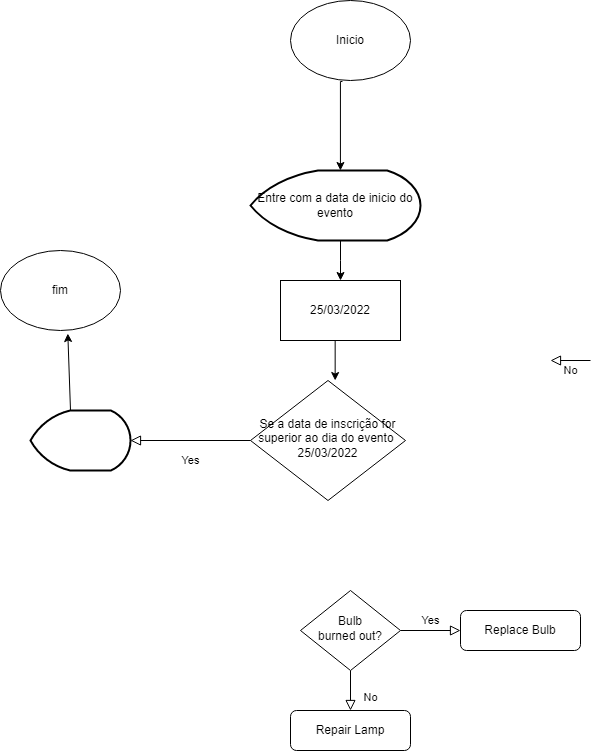
This is Untitled Diagram.drawio.png from EvertonMDS/Fluxograma, a draw.io export, as it was before one commit. Source tidied: cells renumbered, new cells last; positions are measured from the earlier drawing's top-left corner, leaving out a move shared by most shapes.
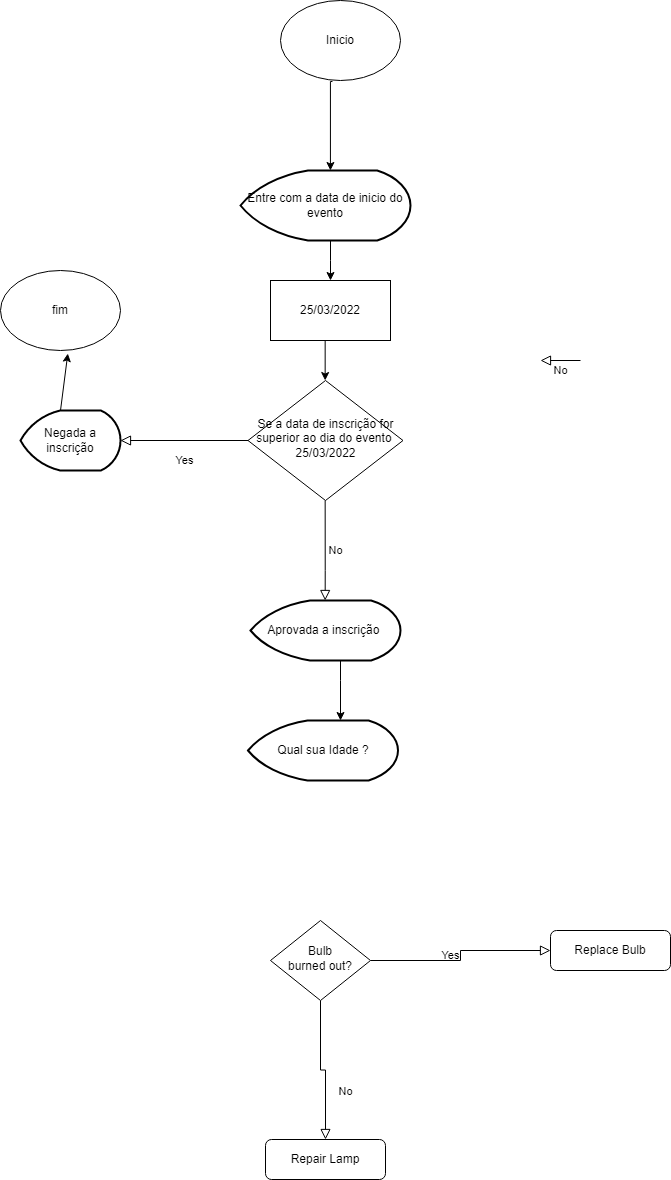
After the commit.

Change to the diagram source:
```diff
@@ -3,7 +3,7 @@
     <mxCell id="0" />
     <mxCell id="1" parent="0" />
     <mxCell id="2" value="Se a data de inscrição for superior ao dia do evento&amp;nbsp; 25/03/2022" style="rhombus;whiteSpace=wrap;html=1;shadow=0;fontFamily=Helvetica;fontSize=12;align=center;strokeWidth=1;spacing=6;spacingTop=-4;" parent="1" vertex="1">
-      <mxGeometry x="250" y="380" width="155" height="120" as="geometry" />
+      <mxGeometry x="257.5" y="380" width="155" height="120" as="geometry" />
     </mxCell>
     <mxCell id="3" value="No" style="rounded=0;html=1;jettySize=auto;fontSize=11;endArrow=block;endFill=0;endSize=8;strokeWidth=1;shadow=0;labelBackgroundColor=none;edgeStyle=orthogonalEdgeStyle;" parent="1" edge="1" source="5" target="6">
       <mxGeometry x="0.33" y="20" relative="1" as="geometry" />
@@ -12,13 +12,13 @@
       <mxGeometry y="10" relative="1" as="geometry" />
     </mxCell>
     <mxCell id="5" value="Bulb&lt;br&gt;burned out?" style="rhombus;whiteSpace=wrap;html=1;shadow=0;fontFamily=Helvetica;fontSize=12;align=center;strokeWidth=1;spacing=6;spacingTop=-4;" parent="1" vertex="1">
-      <mxGeometry x="300" y="590" width="100" height="80" as="geometry" />
+      <mxGeometry x="280" y="920" width="100" height="80" as="geometry" />
     </mxCell>
     <mxCell id="6" value="Repair Lamp" style="rounded=1;whiteSpace=wrap;html=1;fontSize=12;glass=0;strokeWidth=1;shadow=0;" parent="1" vertex="1">
-      <mxGeometry x="290" y="710" width="120" height="40" as="geometry" />
+      <mxGeometry x="275" y="1139" width="120" height="40" as="geometry" />
     </mxCell>
     <mxCell id="7" value="Replace Bulb" style="rounded=1;whiteSpace=wrap;html=1;fontSize=12;glass=0;strokeWidth=1;shadow=0;" parent="1" vertex="1">
-      <mxGeometry x="460" y="610" width="120" height="40" as="geometry" />
+      <mxGeometry x="560" y="930" width="120" height="40" as="geometry" />
     </mxCell>
     <mxCell id="8" value="Inicio" style="ellipse;whiteSpace=wrap;html=1;" parent="1" vertex="1">
       <mxGeometry x="290" width="120" height="80" as="geometry" />
@@ -66,9 +66,9 @@
       </mxGeometry>
     </mxCell>
     <mxCell id="16" value="fim" style="ellipse;whiteSpace=wrap;html=1;" parent="1" vertex="1">
-      <mxGeometry y="250" width="120" height="80" as="geometry" />
+      <mxGeometry x="10" y="270" width="120" height="80" as="geometry" />
     </mxCell>
-    <mxCell id="17" style="strokeWidth=2;html=1;shape=mxgraph.flowchart.display;whiteSpace=wrap;" parent="1" vertex="1">
+    <mxCell id="17" value="Negada a inscrição" style="strokeWidth=2;html=1;shape=mxgraph.flowchart.display;whiteSpace=wrap;" parent="1" vertex="1">
       <mxGeometry x="30" y="410" width="100" height="60" as="geometry" />
     </mxCell>
     <mxCell id="18" style="endArrow=classic;html=1;rounded=0;entryX=0.561;entryY=1.038;entryDx=0;entryDy=0;entryPerimeter=0;" parent="1" edge="1" target="16">
@@ -76,5 +76,29 @@
         <mxPoint x="70" y="410" as="sourcePoint" />
       </mxGeometry>
     </mxCell>
+    <mxCell id="19" value="No" style="edgeStyle=orthogonalEdgeStyle;rounded=0;html=1;jettySize=auto;orthogonalLoop=1;fontSize=11;endArrow=block;endFill=0;endSize=8;strokeWidth=1;shadow=0;labelBackgroundColor=none;" parent="1" edge="1">
+      <mxGeometry y="10" relative="1" as="geometry">
+        <mxPoint x="334.7" y="500" as="sourcePoint" />
+        <mxPoint x="334.7" y="600" as="targetPoint" />
+        <Array as="points">
+          <mxPoint x="334.7" y="570" />
+        </Array>
+      </mxGeometry>
+    </mxCell>
+    <mxCell id="20" value="Aprovada a inscrição&amp;nbsp;" style="strokeWidth=2;html=1;shape=mxgraph.flowchart.display;whiteSpace=wrap;" parent="1" vertex="1">
+      <mxGeometry x="260" y="600" width="150" height="60" as="geometry" />
+    </mxCell>
+    <mxCell id="21" style="endArrow=classic;html=1;rounded=0;" parent="1" edge="1">
+      <mxGeometry relative="1" as="geometry">
+        <mxPoint x="350" y="660" as="sourcePoint" />
+        <mxPoint x="350" y="720" as="targetPoint" />
+        <Array as="points">
+          <mxPoint x="350" y="680" />
+        </Array>
+      </mxGeometry>
+    </mxCell>
+    <mxCell id="22" value="Qual sua Idade ?" style="strokeWidth=2;html=1;shape=mxgraph.flowchart.display;whiteSpace=wrap;" parent="1" vertex="1">
+      <mxGeometry x="257.5" y="720" width="150" height="60" as="geometry" />
+    </mxCell>
   </root>
 </mxGraphModel>
```
